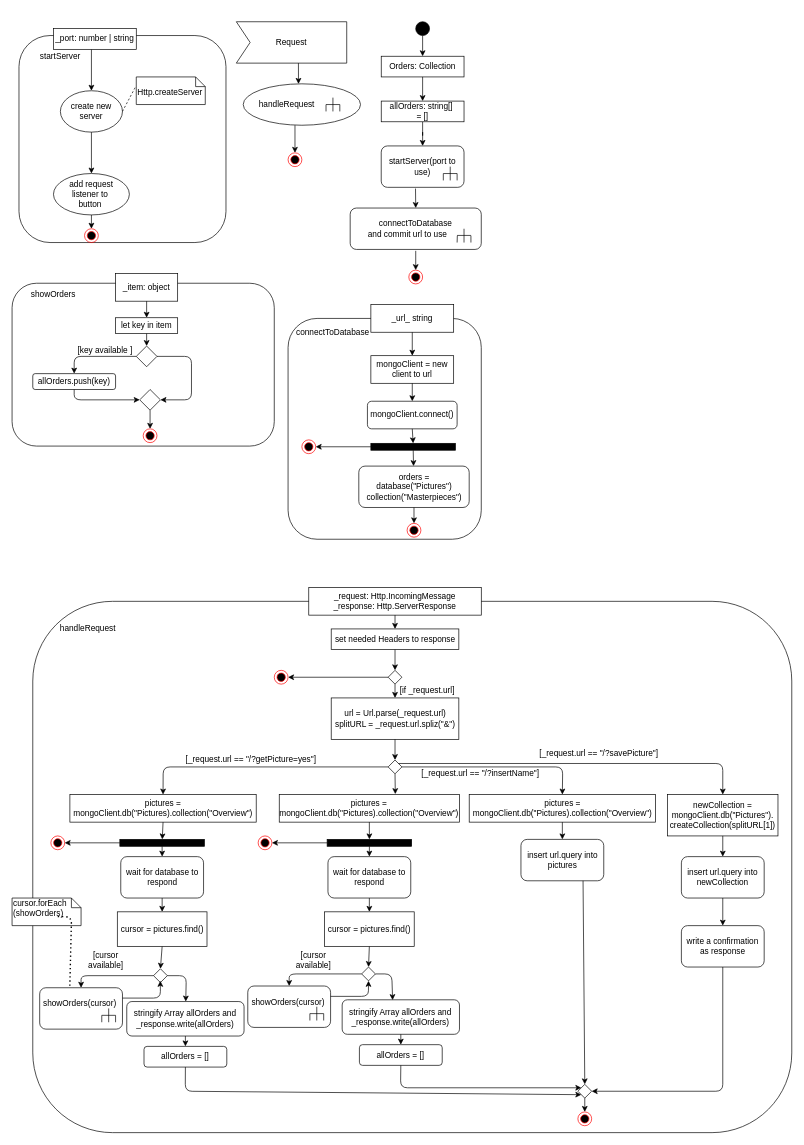
KohlerAl/EIA2 keeps this draw.io diagram as page "Server" (7 of 7) of Endabgabe/Konzeption/Konzeption.drawio. Above is the earlier version. Source tidied: cells renumbered, new cells numbered last; positions are measured from the earlier drawing's top-left corner, leaving out a move shared by most shapes. Both pictures are drawn from the tidied source at 69%, with x=0, y=0 at pixel (12, 21).
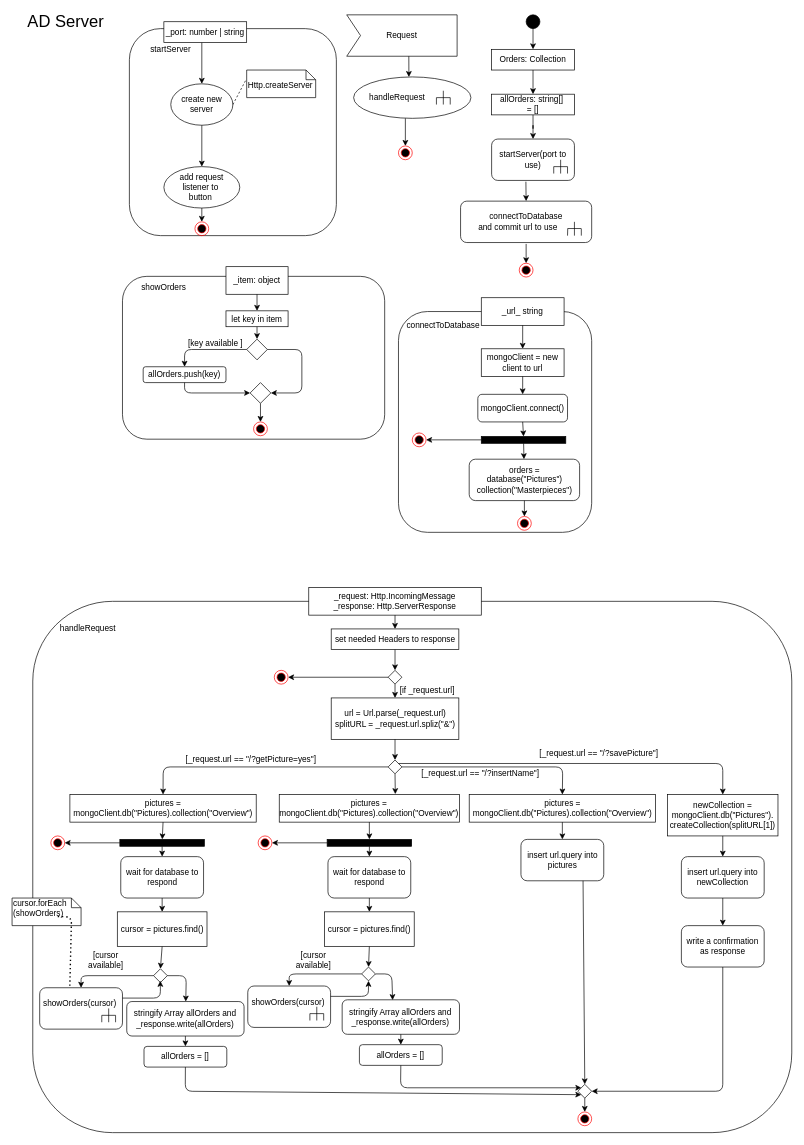
After the change.

Change to the diagram source:
```diff
@@
     <mxCell id="2" style="rounded=1;whiteSpace=wrap;html=1;fillColor=#FFFFFF;" parent="1" vertex="1">
-      <mxGeometry x="10" y="20" width="300" height="300" as="geometry" />
+      <mxGeometry x="170" y="10" width="300" height="300" as="geometry" />
     </mxCell>
     <mxCell id="3" value="create new&lt;br&gt;server" style="ellipse;whiteSpace=wrap;html=1;fillColor=#FFFFFF;" parent="1" vertex="1">
-      <mxGeometry x="70" y="100" width="90" height="60" as="geometry" />
+      <mxGeometry x="230" y="90" width="90" height="60" as="geometry" />
     </mxCell>
     <mxCell id="4" value="add request&lt;br&gt;listener to&amp;nbsp;&lt;br&gt;button&amp;nbsp;" style="ellipse;whiteSpace=wrap;html=1;fillColor=#FFFFFF;" parent="1" vertex="1">
-      <mxGeometry x="60" y="220" width="110" height="60" as="geometry" />
+      <mxGeometry x="220" y="210" width="110" height="60" as="geometry" />
     </mxCell>
     <mxCell id="5" style="ellipse;html=1;shape=endState;fillColor=#000000;strokeColor=#ff0000;" parent="1" vertex="1">
-      <mxGeometry x="105" y="300" width="20" height="20" as="geometry" />
+      <mxGeometry x="265" y="290" width="20" height="20" as="geometry" />
     </mxCell>
     <mxCell id="6" style="endArrow=classic;html=1;exitX=0.5;exitY=1;exitDx=0;exitDy=0;entryX=0.5;entryY=0;entryDx=0;entryDy=0;" parent="1" edge="1" target="3">
       <mxGeometry relative="1" as="geometry">
-        <mxPoint x="115" y="40" as="sourcePoint" />
+        <mxPoint x="275" y="30" as="sourcePoint" />
       </mxGeometry>
     </mxCell>
@@
     <mxCell id="9" value="&lt;br&gt;Http.createServer" style="shape=note;whiteSpace=wrap;html=1;size=14;verticalAlign=top;align=left;spacingTop=-6;fillColor=#FFFFFF;" parent="1" vertex="1">
-      <mxGeometry x="180" y="80" width="100" height="40" as="geometry" />
+      <mxGeometry x="340" y="70" width="100" height="40" as="geometry" />
     </mxCell>
     <mxCell id="10" style="endArrow=none;html=1;" parent="1" edge="1">
       <mxGeometry relative="1" as="geometry">
-        <mxPoint x="325" y="60" as="sourcePoint" />
-        <mxPoint x="485" y="60" as="targetPoint" />
+        <mxPoint x="485" y="50" as="sourcePoint" />
+        <mxPoint x="645" y="50" as="targetPoint" />
       </mxGeometry>
     </mxCell>
     <mxCell id="11" style="endArrow=none;html=1;" parent="1" edge="1">
       <mxGeometry relative="1" as="geometry">
-        <mxPoint x="325" as="sourcePoint" />
-        <mxPoint x="485" as="targetPoint" />
+        <mxPoint x="485" y="-10" as="sourcePoint" />
+        <mxPoint x="645" y="-10" as="targetPoint" />
       </mxGeometry>
     </mxCell>
     <mxCell id="12" style="endArrow=none;html=1;" parent="1" edge="1">
       <mxGeometry relative="1" as="geometry">
-        <mxPoint x="485" y="60" as="sourcePoint" />
-        <mxPoint x="485" as="targetPoint" />
+        <mxPoint x="645" y="50" as="sourcePoint" />
+        <mxPoint x="645" y="-10" as="targetPoint" />
       </mxGeometry>
     </mxCell>
     <mxCell id="13" style="endArrow=none;html=1;" parent="1" edge="1">
       <mxGeometry relative="1" as="geometry">
-        <mxPoint x="325" as="sourcePoint" />
-        <mxPoint x="345" y="30" as="targetPoint" />
+        <mxPoint x="485" y="-10" as="sourcePoint" />
+        <mxPoint x="505" y="20" as="targetPoint" />
       </mxGeometry>
     </mxCell>
     <mxCell id="14" style="endArrow=none;html=1;" parent="1" edge="1">
       <mxGeometry relative="1" as="geometry">
-        <mxPoint x="325" y="60" as="sourcePoint" />
-        <mxPoint x="345" y="30" as="targetPoint" />
+        <mxPoint x="485" y="50" as="sourcePoint" />
+        <mxPoint x="505" y="20" as="targetPoint" />
       </mxGeometry>
     </mxCell>
     <mxCell id="15" value="Request" style="text;html=1;strokeColor=none;fillColor=none;align=center;verticalAlign=middle;whiteSpace=wrap;rounded=0;" parent="1" vertex="1">
-      <mxGeometry x="365" y="20" width="80" height="20" as="geometry" />
+      <mxGeometry x="525" y="10" width="80" height="20" as="geometry" />
     </mxCell>
     <mxCell id="16" value="handleRequest&amp;nbsp; &amp;nbsp; &amp;nbsp; &amp;nbsp; &amp;nbsp; &amp;nbsp; &amp;nbsp;" style="ellipse;whiteSpace=wrap;html=1;fillColor=#FFFFFF;" parent="1" vertex="1">
-      <mxGeometry x="335" y="90" width="170" height="60" as="geometry" />
+      <mxGeometry x="495" y="80" width="170" height="60" as="geometry" />
     </mxCell>
     <mxCell id="17" style="endArrow=none;html=1;" parent="1" edge="1">
       <mxGeometry relative="1" as="geometry">
-        <mxPoint x="465" y="110" as="sourcePoint" />
-        <mxPoint x="465" y="130" as="targetPoint" />
+        <mxPoint x="625" y="100" as="sourcePoint" />
+        <mxPoint x="625" y="120" as="targetPoint" />
       </mxGeometry>
     </mxCell>
     <mxCell id="18" style="endArrow=none;html=1;" parent="1" edge="1">
       <mxGeometry relative="1" as="geometry">
-        <mxPoint x="455" y="120" as="sourcePoint" />
-        <mxPoint x="475" y="120" as="targetPoint" />
+        <mxPoint x="615" y="110" as="sourcePoint" />
+        <mxPoint x="635" y="110" as="targetPoint" />
       </mxGeometry>
     </mxCell>
     <mxCell id="19" style="endArrow=none;html=1;" parent="1" edge="1">
       <mxGeometry relative="1" as="geometry">
-        <mxPoint x="455" y="120" as="sourcePoint" />
-        <mxPoint x="455" y="130" as="targetPoint" />
+        <mxPoint x="615" y="110" as="sourcePoint" />
+        <mxPoint x="615" y="120" as="targetPoint" />
         <Array as="points">
-          <mxPoint x="455" y="130" />
+          <mxPoint x="615" y="120" />
         </Array>
       </mxGeometry>
     </mxCell>
     <mxCell id="20" style="endArrow=none;html=1;" parent="1" edge="1">
       <mxGeometry relative="1" as="geometry">
-        <mxPoint x="475" y="130" as="sourcePoint" />
-        <mxPoint x="475" y="120" as="targetPoint" />
+        <mxPoint x="635" y="120" as="sourcePoint" />
+        <mxPoint x="635" y="110" as="targetPoint" />
       </mxGeometry>
     </mxCell>
     <mxCell id="21" style="ellipse;html=1;shape=endState;fillColor=#000000;strokeColor=#ff0000;" parent="1" vertex="1">
-      <mxGeometry x="400" y="190" width="20" height="20" as="geometry" />
+      <mxGeometry x="560" y="180" width="20" height="20" as="geometry" />
     </mxCell>
     <mxCell id="22" style="endArrow=classic;html=1;exitX=0.5;exitY=1;exitDx=0;exitDy=0;entryX=0.5;entryY=0;entryDx=0;entryDy=0;" parent="1" edge="1" target="21">
       <mxGeometry relative="1" as="geometry">
-        <mxPoint x="410" y="150" as="sourcePoint" />
+        <mxPoint x="570" y="140" as="sourcePoint" />
       </mxGeometry>
     </mxCell>
     <mxCell id="23" style="endArrow=classic;html=1;entryX=0.53;entryY=0.002;entryDx=0;entryDy=0;entryPerimeter=0;" parent="1" edge="1">
       <mxGeometry relative="1" as="geometry">
-        <mxPoint x="415" y="60" as="sourcePoint" />
-        <mxPoint x="415.1" y="90.1" as="targetPoint" />
+        <mxPoint x="575" y="50" as="sourcePoint" />
+        <mxPoint x="575.1" y="80.1" as="targetPoint" />
       </mxGeometry>
     </mxCell>
@@
     <mxCell id="25" value="startServer" style="text;html=1;strokeColor=none;fillColor=none;align=center;verticalAlign=middle;whiteSpace=wrap;rounded=0;" parent="1" vertex="1">
-      <mxGeometry x="50" y="40" width="40" height="20" as="geometry" />
+      <mxGeometry x="210" y="30" width="40" height="20" as="geometry" />
     </mxCell>
     <mxCell id="26" style="ellipse;whiteSpace=wrap;html=1;fillColor=#000000;" parent="1" vertex="1">
-      <mxGeometry x="585" width="20" height="20" as="geometry" />
+      <mxGeometry x="745" y="-10" width="20" height="20" as="geometry" />
     </mxCell>
     <mxCell id="27" value="Orders: Collection" style="rounded=0;whiteSpace=wrap;html=1;fillColor=#FFFFFF;" parent="1" vertex="1">
-      <mxGeometry x="535" y="50" width="120" height="30" as="geometry" />
+      <mxGeometry x="695" y="40" width="120" height="30" as="geometry" />
     </mxCell>
     <mxCell id="28" value="startServer(port to use)" style="rounded=1;whiteSpace=wrap;html=1;fillColor=#FFFFFF;" parent="1" vertex="1">
-      <mxGeometry x="535" y="180" width="120" height="60" as="geometry" />
+      <mxGeometry x="695" y="170" width="120" height="60" as="geometry" />
     </mxCell>
     <mxCell id="29" value="_port: number | string" style="rounded=0;whiteSpace=wrap;html=1;fillColor=#FFFFFF;" parent="1" vertex="1">
-      <mxGeometry x="60" y="10" width="120" height="30" as="geometry" />
+      <mxGeometry x="220" width="120" height="30" as="geometry" />
     </mxCell>
     <mxCell id="30" value="connectToDatabase&lt;br&gt;and commit url to use&amp;nbsp; &amp;nbsp; &amp;nbsp; &amp;nbsp;" style="rounded=1;whiteSpace=wrap;html=1;fillColor=#FFFFFF;" parent="1" vertex="1">
-      <mxGeometry x="490" y="270" width="190" height="60" as="geometry" />
+      <mxGeometry x="650" y="260" width="190" height="60" as="geometry" />
     </mxCell>
     <mxCell id="31" style="ellipse;html=1;shape=endState;fillColor=#000000;strokeColor=#ff0000;" parent="1" vertex="1">
-      <mxGeometry x="575" y="360" width="20" height="20" as="geometry" />
+      <mxGeometry x="735" y="350" width="20" height="20" as="geometry" />
     </mxCell>
     <mxCell id="32" style="endArrow=classic;html=1;entryX=0.5;entryY=0;entryDx=0;entryDy=0;" parent="1" edge="1" target="31">
       <mxGeometry relative="1" as="geometry">
-        <mxPoint x="585" y="332" as="sourcePoint" />
+        <mxPoint x="745" y="322" as="sourcePoint" />
         <Array as="points">
-          <mxPoint x="585" y="332" />
+          <mxPoint x="745" y="322" />
         </Array>
       </mxGeometry>
     </mxCell>
@@
     <mxCell id="35" style="rounded=1;whiteSpace=wrap;html=1;fillColor=#FFFFFF;" parent="1" vertex="1">
-      <mxGeometry x="400" y="430" width="280" height="320" as="geometry" />
+      <mxGeometry x="560" y="420" width="280" height="320" as="geometry" />
     </mxCell>
     <mxCell id="36" value="connectToDatabase" style="text;html=1;strokeColor=none;fillColor=none;align=center;verticalAlign=middle;whiteSpace=wrap;rounded=0;" parent="1" vertex="1">
-      <mxGeometry x="445" y="440" width="40" height="20" as="geometry" />
+      <mxGeometry x="605" y="430" width="40" height="20" as="geometry" />
     </mxCell>
     <mxCell id="37" value="_url_ string" style="rounded=0;whiteSpace=wrap;html=1;fillColor=#FFFFFF;" parent="1" vertex="1">
-      <mxGeometry x="520" y="410" width="120" height="40" as="geometry" />
+      <mxGeometry x="680" y="400" width="120" height="40" as="geometry" />
     </mxCell>
     <mxCell id="38" value="mongoClient = new&lt;br&gt;client to url" style="rounded=0;whiteSpace=wrap;html=1;fillColor=#FFFFFF;" parent="1" vertex="1">
-      <mxGeometry x="520" y="484" width="120" height="40" as="geometry" />
+      <mxGeometry x="680" y="474" width="120" height="40" as="geometry" />
     </mxCell>
     <mxCell id="39" value="orders = &lt;br&gt;database(&quot;Pictures&quot;)&lt;br&gt;collection(&quot;Masterpieces&quot;)" style="rounded=1;whiteSpace=wrap;html=1;fillColor=#FFFFFF;" parent="1" vertex="1">
-      <mxGeometry x="502.5" y="644" width="160" height="60" as="geometry" />
+      <mxGeometry x="662.5" y="634" width="160" height="60" as="geometry" />
     </mxCell>
     <mxCell id="40" value="mongoClient.connect()" style="rounded=1;whiteSpace=wrap;html=1;fillColor=#FFFFFF;" parent="1" vertex="1">
-      <mxGeometry x="515" y="550" width="130" height="40" as="geometry" />
+      <mxGeometry x="675" y="540" width="130" height="40" as="geometry" />
     </mxCell>
     <mxCell id="41" style="ellipse;html=1;shape=endState;fillColor=#000000;strokeColor=#ff0000;" parent="1" vertex="1">
-      <mxGeometry x="572.5" y="727" width="20" height="20" as="geometry" />
+      <mxGeometry x="732.5" y="717" width="20" height="20" as="geometry" />
     </mxCell>
@@
     <mxCell id="47" value="allOrders: string[]&amp;nbsp;&lt;br&gt;= []" style="rounded=0;whiteSpace=wrap;html=1;fillColor=#FFFFFF;" parent="1" vertex="1">
-      <mxGeometry x="535" y="115" width="120" height="30" as="geometry" />
+      <mxGeometry x="695" y="105" width="120" height="30" as="geometry" />
     </mxCell>
@@
     <mxCell id="49" style="rounded=0;whiteSpace=wrap;html=1;fillColor=#000000;" parent="1" vertex="1">
-      <mxGeometry x="520" y="611" width="122.5" height="10" as="geometry" />
+      <mxGeometry x="680" y="601" width="122.5" height="10" as="geometry" />
     </mxCell>
@@
     <mxCell id="51" style="ellipse;html=1;shape=endState;fillColor=#000000;strokeColor=#ff0000;" parent="1" vertex="1">
-      <mxGeometry x="420" y="606" width="20" height="20" as="geometry" />
+      <mxGeometry x="580" y="596" width="20" height="20" as="geometry" />
     </mxCell>
@@
     <mxCell id="53" style="endArrow=none;html=1;" parent="1" edge="1">
       <mxGeometry relative="1" as="geometry">
-        <mxPoint x="645" y="309.7" as="sourcePoint" />
-        <mxPoint x="665" y="309.7" as="targetPoint" />
+        <mxPoint x="805" y="299.7" as="sourcePoint" />
+        <mxPoint x="825" y="299.7" as="targetPoint" />
       </mxGeometry>
     </mxCell>
     <mxCell id="54" style="endArrow=none;html=1;" parent="1" edge="1">
       <mxGeometry relative="1" as="geometry">
-        <mxPoint x="645" y="320" as="sourcePoint" />
-        <mxPoint x="645" y="310" as="targetPoint" />
+        <mxPoint x="805" y="310" as="sourcePoint" />
+        <mxPoint x="805" y="300" as="targetPoint" />
         <Array as="points">
-          <mxPoint x="645.3" y="310" />
+          <mxPoint x="805.3" y="300" />
         </Array>
       </mxGeometry>
     </mxCell>
     <mxCell id="55" style="endArrow=none;html=1;" parent="1" edge="1">
       <mxGeometry relative="1" as="geometry">
-        <mxPoint x="665" y="320" as="sourcePoint" />
-        <mxPoint x="665" y="310" as="targetPoint" />
+        <mxPoint x="825" y="310" as="sourcePoint" />
+        <mxPoint x="825" y="300" as="targetPoint" />
         <Array as="points">
-          <mxPoint x="665" y="310" />
+          <mxPoint x="825" y="300" />
         </Array>
       </mxGeometry>
     </mxCell>
     <mxCell id="56" style="endArrow=none;html=1;" parent="1" edge="1">
       <mxGeometry relative="1" as="geometry">
-        <mxPoint x="655" y="300" as="sourcePoint" />
-        <mxPoint x="655" y="320" as="targetPoint" />
+        <mxPoint x="815" y="290" as="sourcePoint" />
+        <mxPoint x="815" y="310" as="targetPoint" />
       </mxGeometry>
     </mxCell>
     <mxCell id="57" style="endArrow=none;html=1;" parent="1" edge="1">
       <mxGeometry relative="1" as="geometry">
-        <mxPoint x="635" y="230" as="sourcePoint" />
-        <mxPoint x="635" y="210" as="targetPoint" />
+        <mxPoint x="795" y="220" as="sourcePoint" />
+        <mxPoint x="795" y="200" as="targetPoint" />
       </mxGeometry>
     </mxCell>
     <mxCell id="58" style="endArrow=none;html=1;" parent="1" edge="1">
       <mxGeometry relative="1" as="geometry">
-        <mxPoint x="645" y="220" as="sourcePoint" />
-        <mxPoint x="625" y="220" as="targetPoint" />
+        <mxPoint x="805" y="210" as="sourcePoint" />
+        <mxPoint x="785" y="210" as="targetPoint" />
       </mxGeometry>
     </mxCell>
     <mxCell id="59" style="endArrow=none;html=1;" parent="1" edge="1">
       <mxGeometry relative="1" as="geometry">
-        <mxPoint x="625" y="230" as="sourcePoint" />
-        <mxPoint x="625" y="220" as="targetPoint" />
+        <mxPoint x="785" y="220" as="sourcePoint" />
+        <mxPoint x="785" y="210" as="targetPoint" />
       </mxGeometry>
     </mxCell>
     <mxCell id="60" style="endArrow=none;html=1;" parent="1" edge="1">
       <mxGeometry relative="1" as="geometry">
-        <mxPoint x="645" y="230" as="sourcePoint" />
-        <mxPoint x="645" y="220" as="targetPoint" />
+        <mxPoint x="805" y="220" as="sourcePoint" />
+        <mxPoint x="805" y="210" as="targetPoint" />
       </mxGeometry>
     </mxCell>
     <mxCell id="61" style="rounded=1;whiteSpace=wrap;html=1;fillColor=#FFFFFF;" parent="1" vertex="1">
-      <mxGeometry y="379" width="380" height="236" as="geometry" />
+      <mxGeometry x="160" y="369" width="380" height="236" as="geometry" />
     </mxCell>
     <mxCell id="62" value="_item: object" style="rounded=0;whiteSpace=wrap;html=1;fillColor=#FFFFFF;" parent="1" vertex="1">
-      <mxGeometry x="150" y="365" width="90" height="40" as="geometry" />
+      <mxGeometry x="310" y="355" width="90" height="40" as="geometry" />
     </mxCell>
     <mxCell id="63" value="showOrders" style="text;html=1;strokeColor=none;fillColor=none;align=center;verticalAlign=middle;whiteSpace=wrap;rounded=0;" parent="1" vertex="1">
-      <mxGeometry x="40" y="385" width="40" height="20" as="geometry" />
+      <mxGeometry x="200" y="375" width="40" height="20" as="geometry" />
     </mxCell>
     <mxCell id="64" style="ellipse;html=1;shape=endState;fillColor=#000000;strokeColor=#ff0000;" parent="1" vertex="1">
-      <mxGeometry x="190" y="590" width="20" height="20" as="geometry" />
+      <mxGeometry x="350" y="580" width="20" height="20" as="geometry" />
     </mxCell>
@@
     <mxCell id="66" style="rhombus;whiteSpace=wrap;html=1;" parent="1" vertex="1">
-      <mxGeometry x="180" y="470" width="30" height="30" as="geometry" />
+      <mxGeometry x="340" y="460" width="30" height="30" as="geometry" />
     </mxCell>
     <mxCell id="67" value="allOrders.push(key)" style="rounded=1;whiteSpace=wrap;html=1;" parent="1" vertex="1">
-      <mxGeometry x="30" y="510" width="120" height="23" as="geometry" />
+      <mxGeometry x="190" y="500" width="120" height="23" as="geometry" />
     </mxCell>
     <mxCell id="68" value="let key in item" style="rounded=0;whiteSpace=wrap;html=1;" parent="1" vertex="1">
-      <mxGeometry x="150" y="429" width="90" height="23" as="geometry" />
+      <mxGeometry x="310" y="419" width="90" height="23" as="geometry" />
     </mxCell>
@@
     <mxCell id="71" style="endArrow=classic;html=1;exitX=0;exitY=0.5;exitDx=0;exitDy=0;entryX=0.5;entryY=0;entryDx=0;entryDy=0;" parent="1" edge="1" source="66" target="67">
       <mxGeometry relative="1" as="geometry">
         <Array as="points">
-          <mxPoint x="90" y="485" />
+          <mxPoint x="250" y="475" />
         </Array>
       </mxGeometry>
     </mxCell>
     <mxCell id="72" style="rhombus;whiteSpace=wrap;html=1;" parent="1" vertex="1">
-      <mxGeometry x="185" y="533" width="30" height="30" as="geometry" />
+      <mxGeometry x="345" y="523" width="30" height="30" as="geometry" />
     </mxCell>
     <mxCell id="73" style="endArrow=classic;html=1;exitX=0.5;exitY=1;exitDx=0;exitDy=0;entryX=0;entryY=0.5;entryDx=0;entryDy=0;" parent="1" edge="1" source="67" target="72">
       <mxGeometry relative="1" as="geometry">
         <Array as="points">
-          <mxPoint x="90" y="548" />
+          <mxPoint x="250" y="538" />
         </Array>
       </mxGeometry>
     </mxCell>
     <mxCell id="74" style="endArrow=classic;html=1;exitX=1;exitY=0.5;exitDx=0;exitDy=0;entryX=1;entryY=0.5;entryDx=0;entryDy=0;" parent="1" edge="1" source="66" target="72">
       <mxGeometry relative="1" as="geometry">
         <Array as="points">
-          <mxPoint x="260" y="485" />
-          <mxPoint x="260" y="548" />
+          <mxPoint x="420" y="475" />
+          <mxPoint x="420" y="538" />
         </Array>
       </mxGeometry>
     </mxCell>
     <mxCell id="75" value="[key available&amp;nbsp;]" style="text;html=1;strokeColor=none;fillColor=none;align=center;verticalAlign=middle;whiteSpace=wrap;rounded=0;" parent="1" vertex="1">
-      <mxGeometry x="90" y="467" width="90" height="20" as="geometry" />
+      <mxGeometry x="250" y="457" width="90" height="20" as="geometry" />
     </mxCell>
@@
+    <mxCell id="160" value="&lt;font style=&quot;font-size: 24px&quot;&gt;AD Server&lt;/font&gt;" style="text;html=1;strokeColor=none;fillColor=none;align=center;verticalAlign=middle;whiteSpace=wrap;rounded=0;" parent="1" vertex="1">
+      <mxGeometry x="16" y="-10" width="124" height="20" as="geometry" />
+    </mxCell>
```
